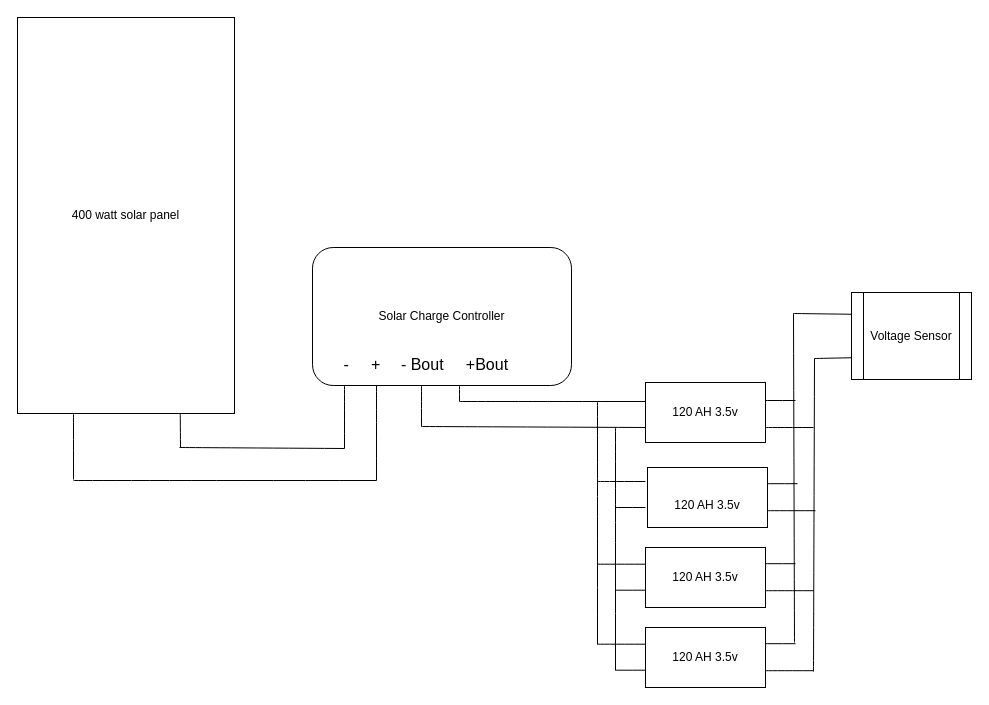
This is Untitled Diagram.drawio from VCODERN/draw.io, a draw.io file, before an edit. Source tidied: cells renumbered, new cells numbered last; positions are measured from the earlier drawing's top-left corner, leaving out a move shared by most shapes. Both pictures are drawn from the tidied source at 100%, with x=0, y=0 at pixel (17, 17).
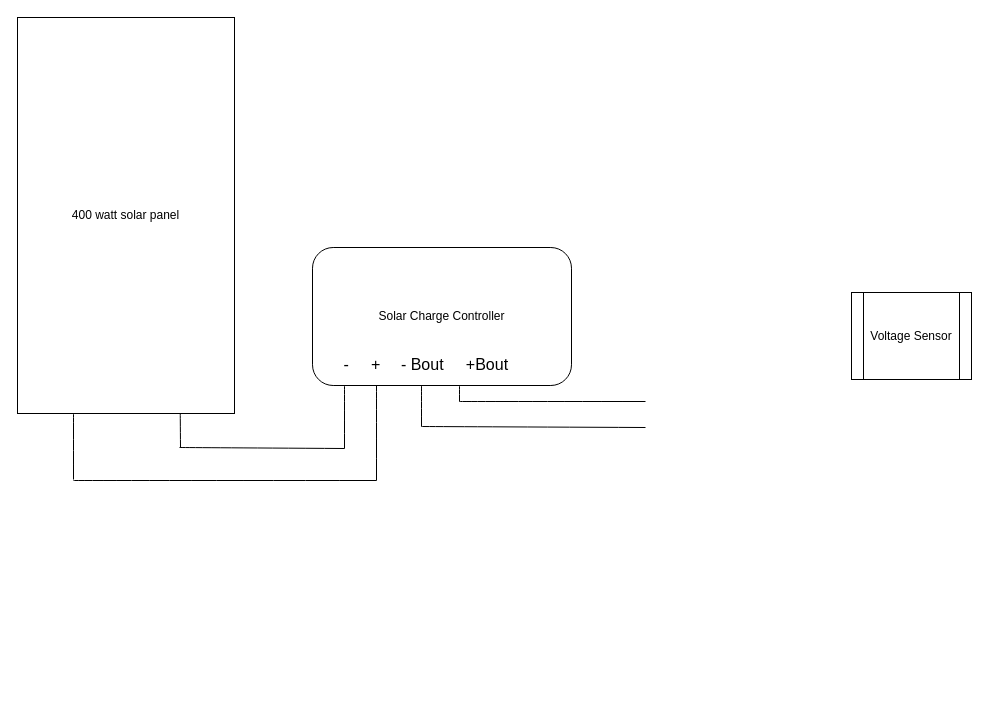
The same diagram, later.

Unchanged cells that the change refers to:
```xml
<mxCell id="19" value="Voltage Sensor" style="shape=process;whiteSpace=wrap;html=1;backgroundOutline=1;" parent="1" vertex="1">
  <mxGeometry x="834" y="275" width="120" height="87" as="geometry" />
</mxCell>
```

What changed in the source:
```diff
@@
-    <mxCell id="5" value="120 AH 3.5v" style="rounded=0;whiteSpace=wrap;html=1;" parent="1" vertex="1">
-      <mxGeometry x="628" y="365" width="120" height="60" as="geometry" />
-    </mxCell>
-    <mxCell id="6" value="&lt;br&gt;120 AH 3.5v" style="rounded=0;whiteSpace=wrap;html=1;" parent="1" vertex="1">
-      <mxGeometry x="630" y="450" width="120" height="60" as="geometry" />
-    </mxCell>
-    <mxCell id="7" value="120 AH 3.5v" style="rounded=0;whiteSpace=wrap;html=1;" parent="1" vertex="1">
-      <mxGeometry x="628" y="610" width="120" height="60" as="geometry" />
-    </mxCell>
-    <mxCell id="8" value="&lt;div&gt;120 AH 3.5v&lt;/div&gt;" style="rounded=0;whiteSpace=wrap;html=1;" parent="1" vertex="1">
-      <mxGeometry x="628" y="530" width="120" height="60" as="geometry" />
-    </mxCell>
-    <mxCell id="9" style="endArrow=none;html=1;rounded=0;fontSize=12;startSize=8;endSize=8;curved=1;exitX=1;exitY=0.75;exitDx=0;exitDy=0;" parent="1" edge="1" source="5">
-      <mxGeometry relative="1" as="geometry">
-        <mxPoint x="796" y="410" as="targetPoint" />
-      </mxGeometry>
-    </mxCell>
-    <mxCell id="10" style="endArrow=none;html=1;rounded=0;fontSize=12;startSize=8;endSize=8;curved=1;exitX=1;exitY=0.75;exitDx=0;exitDy=0;" parent="1" edge="1">
-      <mxGeometry relative="1" as="geometry">
-        <mxPoint x="748" y="383" as="sourcePoint" />
-        <mxPoint x="778" y="383" as="targetPoint" />
-      </mxGeometry>
-    </mxCell>
-    <mxCell id="11" style="endArrow=none;html=1;rounded=0;fontSize=12;startSize=8;endSize=8;curved=1;exitX=1;exitY=0.75;exitDx=0;exitDy=0;" parent="1" edge="1">
-      <mxGeometry relative="1" as="geometry">
-        <mxPoint x="750" y="493.2" as="sourcePoint" />
-        <mxPoint x="798" y="493.2" as="targetPoint" />
-      </mxGeometry>
-    </mxCell>
-    <mxCell id="12" style="endArrow=none;html=1;rounded=0;fontSize=12;startSize=8;endSize=8;curved=1;exitX=1;exitY=0.75;exitDx=0;exitDy=0;" parent="1" edge="1">
-      <mxGeometry relative="1" as="geometry">
-        <mxPoint x="750" y="466.2" as="sourcePoint" />
-        <mxPoint x="780" y="466.2" as="targetPoint" />
-      </mxGeometry>
-    </mxCell>
-    <mxCell id="13" style="endArrow=none;html=1;rounded=0;fontSize=12;startSize=8;endSize=8;curved=1;exitX=1;exitY=0.75;exitDx=0;exitDy=0;" parent="1" edge="1">
-      <mxGeometry relative="1" as="geometry">
-        <mxPoint x="748" y="573.2" as="sourcePoint" />
-        <mxPoint x="796" y="573.2" as="targetPoint" />
-      </mxGeometry>
-    </mxCell>
-    <mxCell id="14" style="endArrow=none;html=1;rounded=0;fontSize=12;startSize=8;endSize=8;curved=1;exitX=1;exitY=0.75;exitDx=0;exitDy=0;" parent="1" edge="1">
-      <mxGeometry relative="1" as="geometry">
-        <mxPoint x="748" y="546.2" as="sourcePoint" />
-        <mxPoint x="778" y="546.2" as="targetPoint" />
-      </mxGeometry>
-    </mxCell>
-    <mxCell id="15" style="endArrow=none;html=1;rounded=0;fontSize=12;startSize=8;endSize=8;curved=1;exitX=1;exitY=0.75;exitDx=0;exitDy=0;" parent="1" edge="1">
-      <mxGeometry relative="1" as="geometry">
-        <mxPoint x="748" y="653.2" as="sourcePoint" />
-        <mxPoint x="796" y="653.2" as="targetPoint" />
-      </mxGeometry>
-    </mxCell>
-    <mxCell id="16" style="endArrow=none;html=1;rounded=0;fontSize=12;startSize=8;endSize=8;curved=1;exitX=1;exitY=0.75;exitDx=0;exitDy=0;" parent="1" edge="1">
-      <mxGeometry relative="1" as="geometry">
-        <mxPoint x="748" y="626.2" as="sourcePoint" />
-        <mxPoint x="778" y="626.2" as="targetPoint" />
-      </mxGeometry>
-    </mxCell>
-    <mxCell id="17" style="endArrow=none;html=1;rounded=0;fontSize=12;startSize=8;endSize=8;curved=1;" parent="1" edge="1">
-      <mxGeometry relative="1" as="geometry">
-        <mxPoint x="777" y="625" as="sourcePoint" />
-        <mxPoint x="776" y="296" as="targetPoint" />
-      </mxGeometry>
-    </mxCell>
-    <mxCell id="18" style="endArrow=none;html=1;rounded=0;fontSize=12;startSize=8;endSize=8;curved=1;" parent="1" edge="1">
-      <mxGeometry relative="1" as="geometry">
-        <mxPoint x="796" y="654" as="sourcePoint" />
-        <mxPoint x="797" y="341" as="targetPoint" />
-      </mxGeometry>
-    </mxCell>
@@
-    <mxCell id="20" style="endArrow=none;html=1;rounded=0;fontSize=12;startSize=8;endSize=8;curved=1;entryX=0;entryY=0.25;entryDx=0;entryDy=0;" parent="1" edge="1" target="19">
-      <mxGeometry relative="1" as="geometry">
-        <mxPoint x="776" y="296" as="sourcePoint" />
-      </mxGeometry>
-    </mxCell>
-    <mxCell id="21" style="endArrow=none;html=1;rounded=0;fontSize=12;startSize=8;endSize=8;curved=1;entryX=0;entryY=0.75;entryDx=0;entryDy=0;" parent="1" edge="1" target="19">
-      <mxGeometry relative="1" as="geometry">
-        <mxPoint x="797" y="341" as="sourcePoint" />
-      </mxGeometry>
-    </mxCell>
@@
-    <mxCell id="33" style="endArrow=none;html=1;rounded=0;fontSize=12;startSize=8;endSize=8;curved=1;exitX=0.75;exitY=1;exitDx=0;exitDy=0;" parent="1" edge="1">
-      <mxGeometry relative="1" as="geometry">
-        <mxPoint x="598" y="410" as="sourcePoint" />
-        <mxPoint x="598" y="653" as="targetPoint" />
-      </mxGeometry>
-    </mxCell>
-    <mxCell id="34" style="endArrow=none;html=1;rounded=0;fontSize=12;startSize=8;endSize=8;curved=1;exitX=1;exitY=0.75;exitDx=0;exitDy=0;" parent="1" edge="1">
-      <mxGeometry relative="1" as="geometry">
-        <mxPoint x="580" y="464" as="sourcePoint" />
-        <mxPoint x="628" y="464" as="targetPoint" />
-      </mxGeometry>
-    </mxCell>
-    <mxCell id="35" style="endArrow=none;html=1;rounded=0;fontSize=12;startSize=8;endSize=8;curved=1;exitX=1;exitY=0.75;exitDx=0;exitDy=0;" parent="1" edge="1">
-      <mxGeometry relative="1" as="geometry">
-        <mxPoint x="598" y="490" as="sourcePoint" />
-        <mxPoint x="628" y="490" as="targetPoint" />
-      </mxGeometry>
-    </mxCell>
-    <mxCell id="36" style="endArrow=none;html=1;rounded=0;fontSize=12;startSize=8;endSize=8;curved=1;exitX=1;exitY=0.75;exitDx=0;exitDy=0;" parent="1" edge="1">
-      <mxGeometry relative="1" as="geometry">
-        <mxPoint x="580" y="546.7" as="sourcePoint" />
-        <mxPoint x="628" y="546.7" as="targetPoint" />
-      </mxGeometry>
-    </mxCell>
-    <mxCell id="37" style="endArrow=none;html=1;rounded=0;fontSize=12;startSize=8;endSize=8;curved=1;exitX=1;exitY=0.75;exitDx=0;exitDy=0;" parent="1" edge="1">
-      <mxGeometry relative="1" as="geometry">
-        <mxPoint x="598" y="572.7" as="sourcePoint" />
-        <mxPoint x="628" y="572.7" as="targetPoint" />
-      </mxGeometry>
-    </mxCell>
-    <mxCell id="38" style="endArrow=none;html=1;rounded=0;fontSize=12;startSize=8;endSize=8;curved=1;exitX=1;exitY=0.75;exitDx=0;exitDy=0;" parent="1" edge="1">
-      <mxGeometry relative="1" as="geometry">
-        <mxPoint x="580" y="626.7" as="sourcePoint" />
-        <mxPoint x="628" y="626.7" as="targetPoint" />
-      </mxGeometry>
-    </mxCell>
-    <mxCell id="39" style="endArrow=none;html=1;rounded=0;fontSize=12;startSize=8;endSize=8;curved=1;exitX=1;exitY=0.75;exitDx=0;exitDy=0;" parent="1" edge="1">
-      <mxGeometry relative="1" as="geometry">
-        <mxPoint x="598" y="652.7" as="sourcePoint" />
-        <mxPoint x="628" y="652.7" as="targetPoint" />
-      </mxGeometry>
-    </mxCell>
-    <mxCell id="40" style="endArrow=none;html=1;rounded=0;fontSize=12;startSize=8;endSize=8;curved=1;exitX=0.75;exitY=1;exitDx=0;exitDy=0;" parent="1" edge="1">
-      <mxGeometry relative="1" as="geometry">
-        <mxPoint x="580" y="384" as="sourcePoint" />
-        <mxPoint x="580" y="627" as="targetPoint" />
-      </mxGeometry>
-    </mxCell>
```
